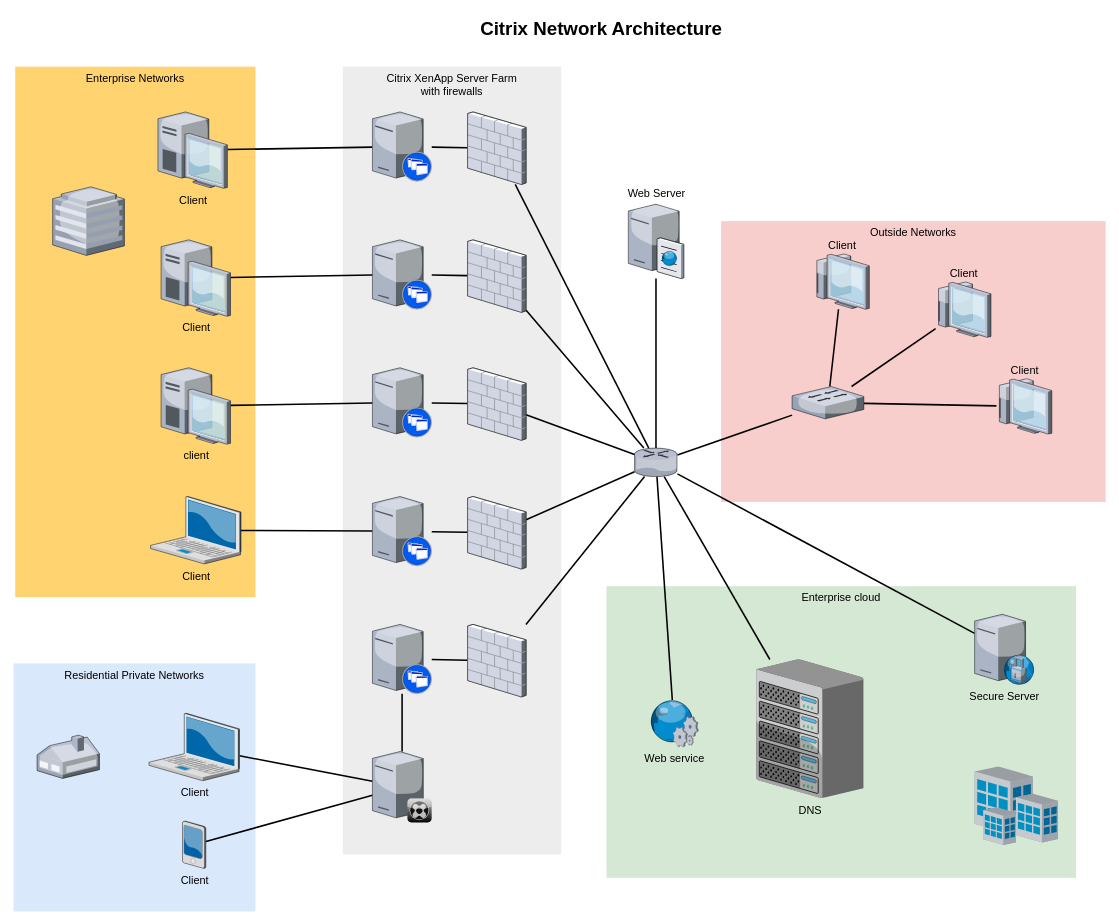
Earlier version of the draw.io diagram Untitled Diagram.drawio (loveisbelief/2021). Source tidied: cells renumbered, new cells numbered last; positions are measured from the earlier drawing's top-left corner, leaving out a move shared by most shapes. Both pictures are drawn from the tidied source at 78%, with x=0, y=0 at pixel (13, 13).
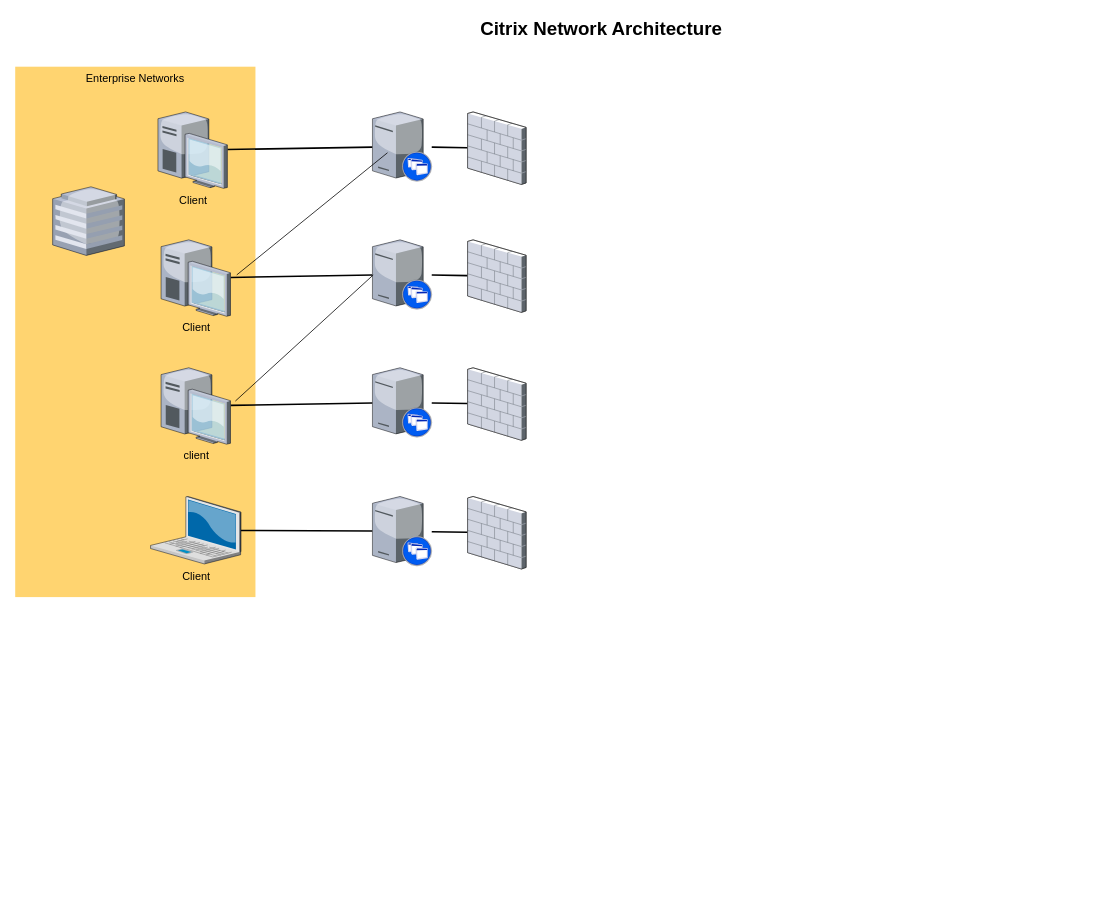
Above is the later version.

Unchanged cells that the change refers to:
```xml
<mxCell id="12" value="client" style="verticalLabelPosition=bottom;html=1;verticalAlign=top;strokeColor=none;shape=mxgraph.citrix.desktop;fillColor=#66B2FF;gradientColor=#0066CC;fontSize=14;" parent="1" vertex="1">
  <mxGeometry x="189" y="454" width="89" height="98" as="geometry" />
</mxCell>
<mxCell id="14" value="Client" style="verticalLabelPosition=bottom;html=1;verticalAlign=top;strokeColor=none;shape=mxgraph.citrix.desktop;fillColor=#66B2FF;gradientColor=#0066CC;fontSize=14;" parent="1" vertex="1">
  <mxGeometry x="189" y="290" width="89" height="98" as="geometry" />
</mxCell>
<mxCell id="26" style="verticalLabelPosition=bottom;html=1;verticalAlign=top;strokeColor=none;shape=mxgraph.citrix.xenapp_server;fillColor=#66B2FF;gradientColor=#0066CC;fontSize=14;" parent="1" vertex="1">
  <mxGeometry x="460" y="290" width="76" height="89" as="geometry" />
</mxCell>
<mxCell id="28" style="verticalLabelPosition=bottom;html=1;verticalAlign=top;strokeColor=none;shape=mxgraph.citrix.xenapp_server;fillColor=#66B2FF;gradientColor=#0066CC;fontSize=14;" parent="1" vertex="1">
  <mxGeometry x="460" y="126" width="76" height="89" as="geometry" />
</mxCell>
<mxCell id="39" style="verticalLabelPosition=bottom;html=1;verticalAlign=top;strokeColor=none;shape=mxgraph.citrix.firewall;fillColor=#66B2FF;gradientColor=#0066CC;fontSize=14;" parent="1" vertex="1">
  <mxGeometry x="582" y="126" width="75" height="93" as="geometry" />
</mxCell>
<mxCell id="41" style="verticalLabelPosition=bottom;html=1;verticalAlign=top;strokeColor=none;shape=mxgraph.citrix.firewall;fillColor=#66B2FF;gradientColor=#0066CC;fontSize=14;" parent="1" vertex="1">
  <mxGeometry x="582" y="290" width="75" height="93" as="geometry" />
</mxCell>
<mxCell id="43" style="verticalLabelPosition=bottom;html=1;verticalAlign=top;strokeColor=none;shape=mxgraph.citrix.firewall;fillColor=#66B2FF;gradientColor=#0066CC;fontSize=14;" parent="1" vertex="1">
  <mxGeometry x="582" y="454" width="75" height="93" as="geometry" />
</mxCell>
<mxCell id="45" style="verticalLabelPosition=bottom;html=1;verticalAlign=top;strokeColor=none;shape=mxgraph.citrix.firewall;fillColor=#66B2FF;gradientColor=#0066CC;fontSize=14;" parent="1" vertex="1">
  <mxGeometry x="582" y="619" width="75" height="93" as="geometry" />
</mxCell>
```

Diff of the diagram source:
```diff
@@
-    <mxCell id="2" value="Outside Networks" style="whiteSpace=wrap;html=1;fillColor=#f8cecc;fontSize=14;strokeColor=none;verticalAlign=top;" parent="1" vertex="1">
-      <mxGeometry x="907" y="266" width="493" height="360" as="geometry" />
-    </mxCell>
-    <mxCell id="3" value="Enterprise cloud" style="whiteSpace=wrap;html=1;fillColor=#d5e8d4;fontSize=14;strokeColor=none;verticalAlign=top;" parent="1" vertex="1">
-      <mxGeometry x="760" y="734" width="602" height="374" as="geometry" />
-    </mxCell>
-    <mxCell id="4" value="Citrix XenApp Server Farm&lt;div&gt;with firewalls&lt;/div&gt;" style="whiteSpace=wrap;html=1;fillColor=#EDEDED;fontSize=14;strokeColor=none;verticalAlign=top;" parent="1" vertex="1">
-      <mxGeometry x="422" y="68" width="280" height="1010" as="geometry" />
-    </mxCell>
-    <mxCell id="5" value="Residential Private Networks" style="whiteSpace=wrap;html=1;fillColor=#dae8fc;fontSize=14;strokeColor=none;verticalAlign=top;" parent="1" vertex="1">
-      <mxGeometry y="833" width="310" height="318" as="geometry" />
-    </mxCell>
@@
-    <mxCell id="7" style="edgeStyle=none;rounded=0;html=1;startSize=10;endSize=10;jettySize=auto;fontSize=14;endArrow=none;endFill=0;strokeWidth=2;" parent="1" edge="1" source="8" target="35">
-      <mxGeometry relative="1" as="geometry" />
-    </mxCell>
-    <mxCell id="8" value="Client" style="verticalLabelPosition=bottom;html=1;verticalAlign=top;strokeColor=none;shape=mxgraph.citrix.laptop_2;fillColor=#66B2FF;gradientColor=#0066CC;fontSize=14;" parent="1" vertex="1">
-      <mxGeometry x="173.5" y="897" width="116" height="86.5" as="geometry" />
-    </mxCell>
@@
-    <mxCell id="17" style="edgeStyle=none;rounded=0;html=1;startSize=10;endSize=10;jettySize=auto;fontSize=14;endArrow=none;endFill=0;strokeWidth=2;" parent="1" edge="1" source="18" target="35">
-      <mxGeometry relative="1" as="geometry" />
-    </mxCell>
-    <mxCell id="18" value="Client" style="verticalLabelPosition=bottom;html=1;verticalAlign=top;strokeColor=none;shape=mxgraph.citrix.pda;fillColor=#66B2FF;gradientColor=#0066CC;fontSize=14;" parent="1" vertex="1">
-      <mxGeometry x="216.5" y="1035" width="30" height="61" as="geometry" />
-    </mxCell>
-    <mxCell id="19" style="edgeStyle=none;rounded=0;html=1;startSize=10;endSize=10;jettySize=auto;fontSize=14;endArrow=none;endFill=0;strokeWidth=2;" parent="1" edge="1" source="20" target="47">
-      <mxGeometry relative="1" as="geometry" />
-    </mxCell>
-    <mxCell id="20" style="verticalLabelPosition=bottom;html=1;verticalAlign=top;strokeColor=none;shape=mxgraph.citrix.xenapp_server;fillColor=#66B2FF;gradientColor=#0066CC;fontSize=14;" parent="1" vertex="1">
-      <mxGeometry x="460" y="783" width="76" height="89" as="geometry" />
-    </mxCell>
@@
-    <mxCell id="29" style="edgeStyle=none;rounded=0;html=1;startSize=10;endSize=10;jettySize=auto;fontSize=14;endArrow=none;endFill=0;strokeWidth=2;" parent="1" edge="1" source="33" target="37">
-      <mxGeometry relative="1" as="geometry" />
-    </mxCell>
-    <mxCell id="30" style="edgeStyle=none;rounded=0;html=1;startSize=10;endSize=10;jettySize=auto;fontSize=14;endArrow=none;endFill=0;strokeWidth=2;" parent="1" edge="1" source="33" target="36">
-      <mxGeometry relative="1" as="geometry" />
-    </mxCell>
-    <mxCell id="31" style="edgeStyle=none;rounded=0;html=1;startSize=10;endSize=10;jettySize=auto;fontSize=14;endArrow=none;endFill=0;strokeWidth=2;" parent="1" edge="1" source="33" target="54">
-      <mxGeometry relative="1" as="geometry" />
-    </mxCell>
-    <mxCell id="32" style="edgeStyle=none;rounded=0;html=1;startSize=10;endSize=10;jettySize=auto;fontSize=14;endArrow=none;endFill=0;strokeWidth=2;" parent="1" edge="1" source="33" target="50">
-      <mxGeometry relative="1" as="geometry" />
-    </mxCell>
-    <mxCell id="33" style="verticalLabelPosition=bottom;html=1;verticalAlign=top;strokeColor=none;shape=mxgraph.citrix.router;fillColor=#66B2FF;gradientColor=#0066CC;fontSize=14;" parent="1" vertex="1">
-      <mxGeometry x="796" y="557" width="55" height="36.5" as="geometry" />
-    </mxCell>
-    <mxCell id="34" style="edgeStyle=none;rounded=0;html=1;startSize=10;endSize=10;jettySize=auto;fontSize=14;endArrow=none;endFill=0;strokeWidth=2;" parent="1" edge="1" source="35" target="20">
-      <mxGeometry relative="1" as="geometry" />
-    </mxCell>
-    <mxCell id="35" style="verticalLabelPosition=bottom;html=1;verticalAlign=top;strokeColor=none;shape=mxgraph.citrix.xenclient_synchronizer;fillColor=#CCCCCC;gradientColor=#000000;gradientDirection=south;fontSize=14;" parent="1" vertex="1">
-      <mxGeometry x="460" y="946" width="76" height="91" as="geometry" />
-    </mxCell>
-    <mxCell id="36" value="Web Server" style="verticalLabelPosition=top;html=1;verticalAlign=bottom;strokeColor=none;shape=mxgraph.citrix.cache_server;fillColor=#66B2FF;gradientColor=#0066CC;fontSize=14;labelPosition=center;align=center;" parent="1" vertex="1">
-      <mxGeometry x="788" y="242" width="71" height="97.5" as="geometry" />
-    </mxCell>
-    <mxCell id="37" value="DNS" style="verticalLabelPosition=bottom;html=1;verticalAlign=top;strokeColor=none;shape=mxgraph.citrix.chassis;fillColor=#66B2FF;gradientColor=#0066CC;fontSize=14;" parent="1" vertex="1">
-      <mxGeometry x="952" y="828" width="137.5" height="177.5" as="geometry" />
-    </mxCell>
-    <mxCell id="38" style="edgeStyle=none;rounded=0;html=1;startSize=10;endSize=10;jettySize=auto;fontSize=14;endArrow=none;endFill=0;strokeWidth=2;" parent="1" edge="1" source="39" target="33">
-      <mxGeometry relative="1" as="geometry" />
-    </mxCell>
@@
-    <mxCell id="40" style="edgeStyle=none;rounded=0;html=1;startSize=10;endSize=10;jettySize=auto;fontSize=14;endArrow=none;endFill=0;strokeWidth=2;" parent="1" edge="1" source="41" target="33">
-      <mxGeometry relative="1" as="geometry" />
-    </mxCell>
@@
-    <mxCell id="42" style="edgeStyle=none;rounded=0;html=1;startSize=10;endSize=10;jettySize=auto;fontSize=14;endArrow=none;endFill=0;strokeWidth=2;" parent="1" edge="1" source="43" target="33">
-      <mxGeometry relative="1" as="geometry" />
-    </mxCell>
@@
-    <mxCell id="44" style="edgeStyle=none;rounded=0;html=1;startSize=10;endSize=10;jettySize=auto;fontSize=14;endArrow=none;endFill=0;strokeWidth=2;" parent="1" edge="1" source="45" target="33">
-      <mxGeometry relative="1" as="geometry" />
-    </mxCell>
@@
-    <mxCell id="46" style="edgeStyle=none;rounded=0;html=1;startSize=10;endSize=10;jettySize=auto;fontSize=14;endArrow=none;endFill=0;strokeWidth=2;" parent="1" edge="1" source="47" target="33">
-      <mxGeometry relative="1" as="geometry" />
-    </mxCell>
-    <mxCell id="47" style="verticalLabelPosition=bottom;html=1;verticalAlign=top;strokeColor=none;shape=mxgraph.citrix.firewall;fillColor=#66B2FF;gradientColor=#0066CC;fontSize=14;" parent="1" vertex="1">
-      <mxGeometry x="582" y="783" width="75" height="93" as="geometry" />
-    </mxCell>
-    <mxCell id="48" style="verticalLabelPosition=bottom;html=1;verticalAlign=top;strokeColor=none;shape=mxgraph.citrix.home_office;fillColor=#66B2FF;gradientColor=#0066CC;fontSize=14;" parent="1" vertex="1">
-      <mxGeometry x="30" y="925" width="80" height="55.5" as="geometry" />
-    </mxCell>
@@
-    <mxCell id="50" value="Secure Server" style="verticalLabelPosition=bottom;html=1;verticalAlign=top;strokeColor=none;shape=mxgraph.citrix.proxy_server;fillColor=#66B2FF;gradientColor=#0066CC;fontSize=14;" parent="1" vertex="1">
-      <mxGeometry x="1232" y="770" width="76.5" height="90" as="geometry" />
-    </mxCell>
-    <mxCell id="51" style="edgeStyle=none;rounded=0;html=1;startSize=10;endSize=10;jettySize=auto;fontSize=14;endArrow=none;endFill=0;strokeWidth=2;" parent="1" edge="1" source="54" target="57">
-      <mxGeometry relative="1" as="geometry" />
-    </mxCell>
-    <mxCell id="52" style="edgeStyle=none;rounded=0;html=1;startSize=10;endSize=10;jettySize=auto;fontSize=14;endArrow=none;endFill=0;strokeWidth=2;" parent="1" edge="1" source="54" target="56">
-      <mxGeometry relative="1" as="geometry" />
-    </mxCell>
-    <mxCell id="53" style="edgeStyle=none;rounded=0;html=1;startSize=10;endSize=10;jettySize=auto;fontSize=14;endArrow=none;endFill=0;strokeWidth=2;" parent="1" edge="1" source="54" target="55">
-      <mxGeometry relative="1" as="geometry" />
-    </mxCell>
-    <mxCell id="54" style="verticalLabelPosition=bottom;html=1;verticalAlign=top;strokeColor=none;shape=mxgraph.citrix.switch;fillColor=#66B2FF;gradientColor=#0066CC;fontSize=14;" parent="1" vertex="1">
-      <mxGeometry x="998" y="478" width="92" height="41.5" as="geometry" />
-    </mxCell>
-    <mxCell id="55" value="Client" style="verticalLabelPosition=top;html=1;verticalAlign=bottom;strokeColor=none;shape=mxgraph.citrix.thin_client;fillColor=#66B2FF;gradientColor=#0066CC;fontSize=14;labelPosition=center;align=center;" parent="1" vertex="1">
-      <mxGeometry x="1260" y="468" width="71" height="71" as="geometry" />
-    </mxCell>
-    <mxCell id="56" value="Client" style="verticalLabelPosition=top;html=1;verticalAlign=bottom;strokeColor=none;shape=mxgraph.citrix.thin_client;fillColor=#66B2FF;gradientColor=#0066CC;fontSize=14;labelPosition=center;align=center;" parent="1" vertex="1">
-      <mxGeometry x="1182" y="344" width="71" height="71" as="geometry" />
-    </mxCell>
-    <mxCell id="57" value="Client" style="verticalLabelPosition=top;html=1;verticalAlign=bottom;strokeColor=none;shape=mxgraph.citrix.thin_client;fillColor=#66B2FF;gradientColor=#0066CC;fontSize=14;labelPosition=center;align=center;" parent="1" vertex="1">
-      <mxGeometry x="1026" y="308" width="71" height="71" as="geometry" />
-    </mxCell>
-    <mxCell id="58" style="edgeStyle=none;rounded=0;html=1;startSize=10;endSize=10;jettySize=auto;fontSize=14;endArrow=none;endFill=0;strokeWidth=2;" parent="1" edge="1" source="59" target="33">
-      <mxGeometry relative="1" as="geometry" />
-    </mxCell>
-    <mxCell id="59" value="Web service" style="verticalLabelPosition=bottom;html=1;verticalAlign=top;strokeColor=none;shape=mxgraph.citrix.web_service;fillColor=#66B2FF;gradientColor=#0066CC;fontSize=14;" parent="1" vertex="1">
-      <mxGeometry x="815" y="880" width="63" height="60" as="geometry" />
-    </mxCell>
-    <mxCell id="60" style="verticalLabelPosition=bottom;html=1;verticalAlign=top;strokeColor=none;shape=mxgraph.citrix.site;fillColor=#66B2FF;gradientColor=#0066CC;fontSize=14;" parent="1" vertex="1">
-      <mxGeometry x="1232" y="965" width="107" height="101" as="geometry" />
-    </mxCell>
@@
+    <mxCell id="62" style="endArrow=none;html=1;entryX=0.254;entryY=0.588;entryDx=0;entryDy=0;entryPerimeter=0;exitX=1.09;exitY=0.459;exitDx=0;exitDy=0;exitPerimeter=0;" parent="1" edge="1" source="14" target="28">
+      <mxGeometry relative="1" as="geometry" />
+    </mxCell>
+    <mxCell id="63" style="endArrow=none;html=1;entryX=0.013;entryY=0.506;entryDx=0;entryDy=0;entryPerimeter=0;exitX=1.071;exitY=0.435;exitDx=0;exitDy=0;exitPerimeter=0;" parent="1" edge="1" source="12" target="26">
+      <mxGeometry relative="1" as="geometry" />
+    </mxCell>
```
